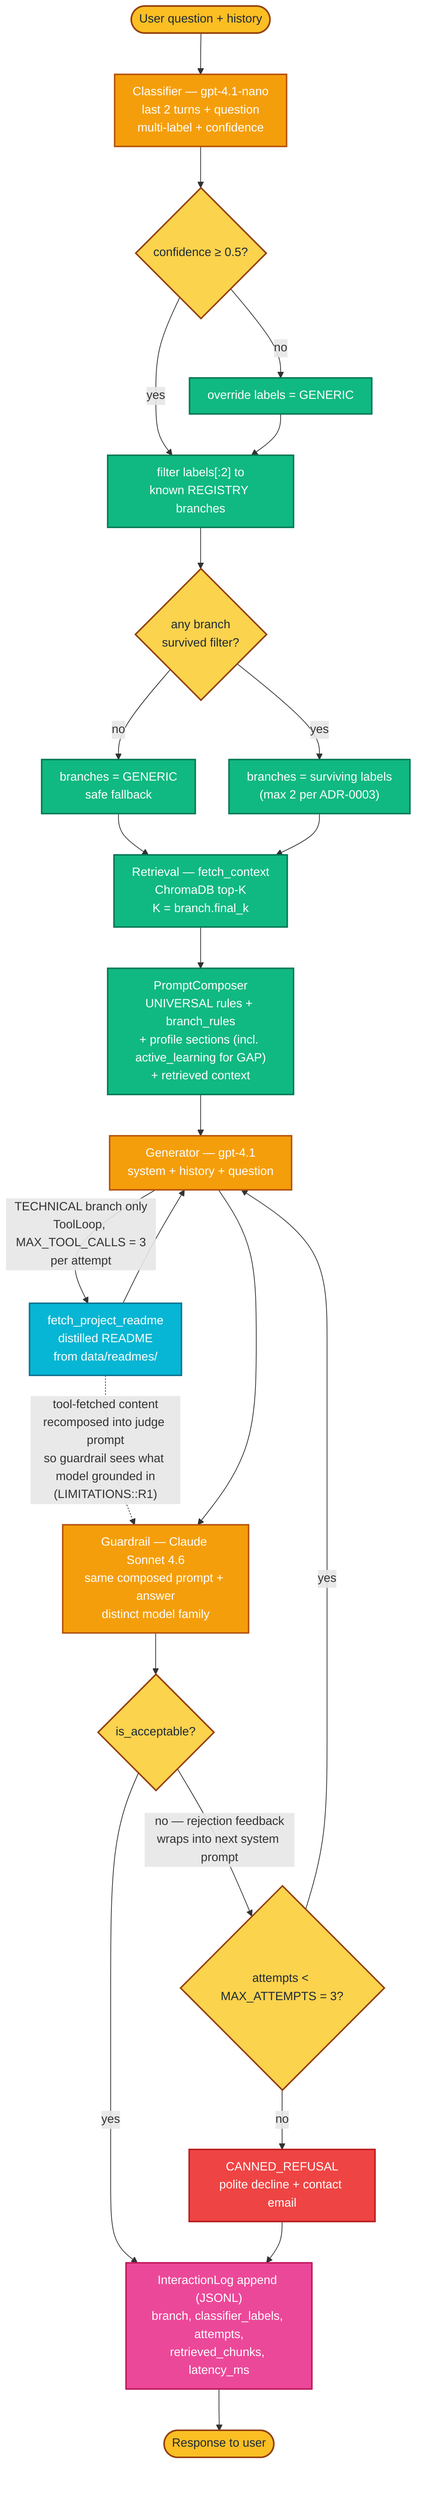
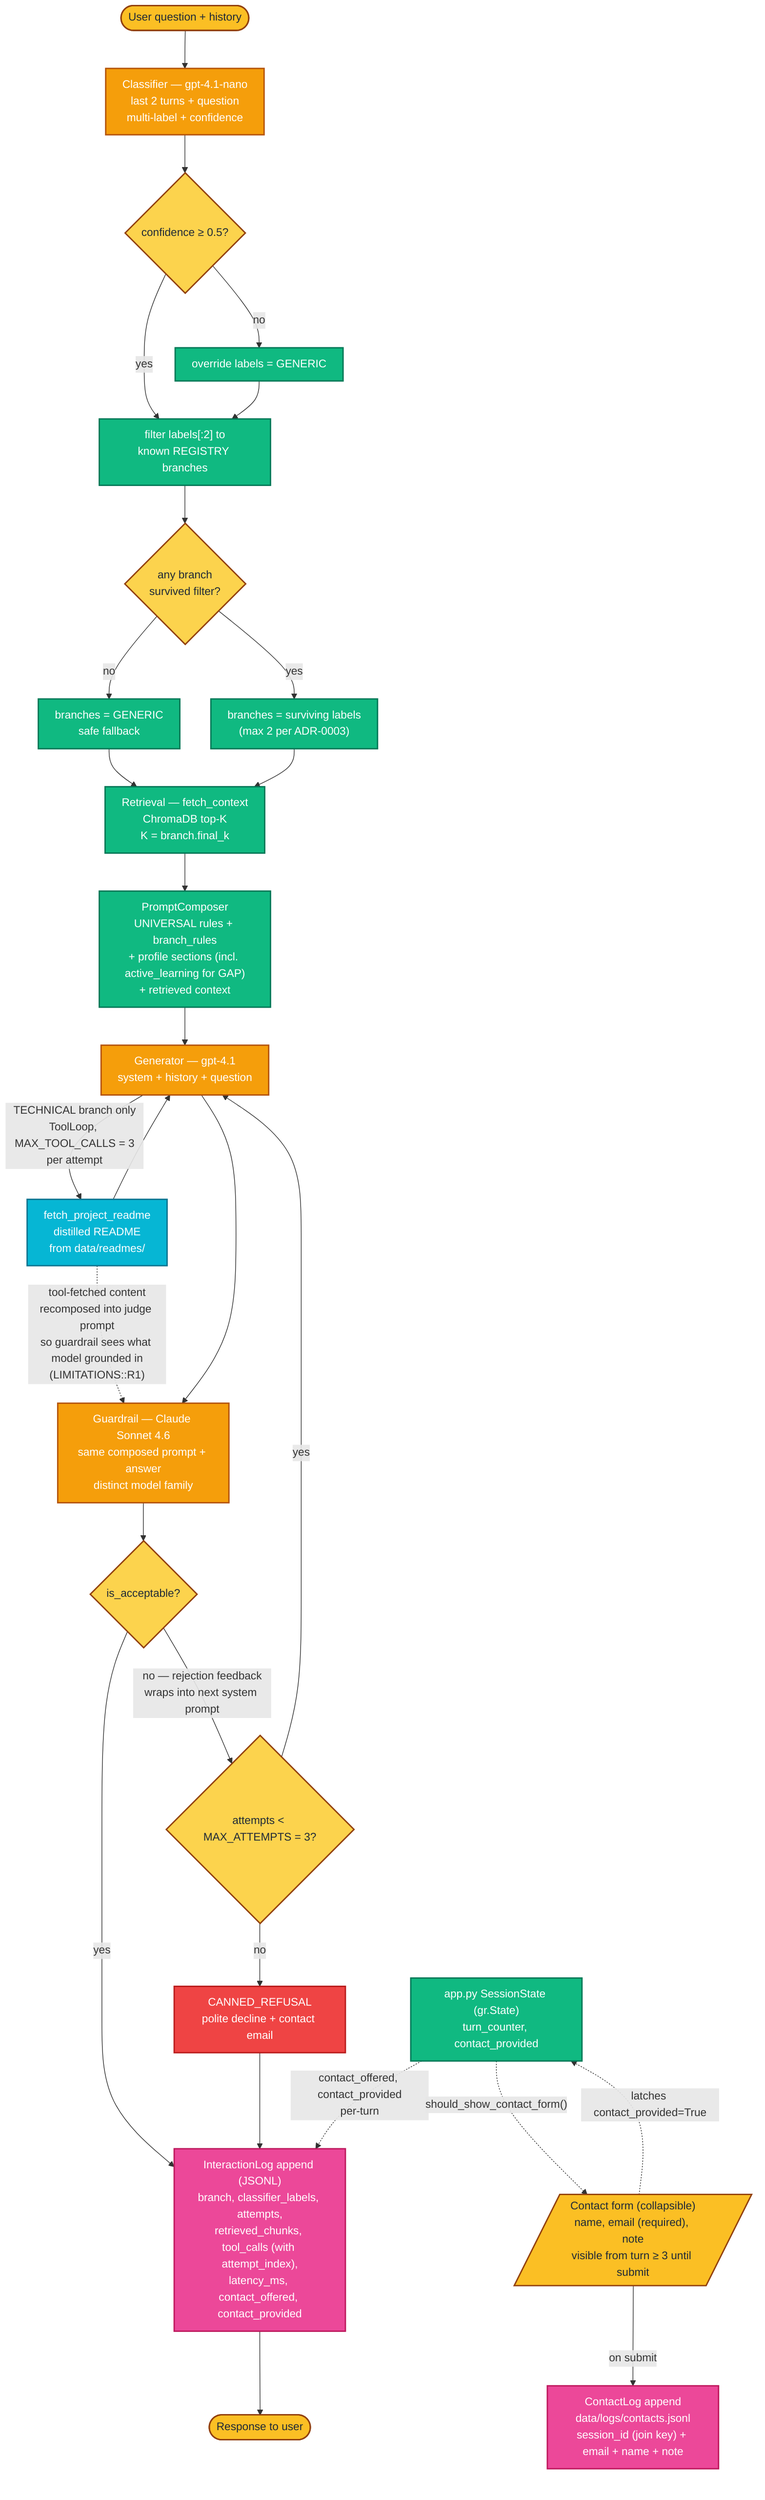
%%{init: {'flowchart': {'nodeSpacing': 45, 'rankSpacing': 55, 'curve': 'basis', 'padding': 12}}}%%
%% Hand-editable runtime pipeline diagram for the Digital Twin.
%% Edit this file whenever pipeline behaviour changes — new branch, new tool,
%% new decision point, retry policy change, new log field. After editing run:
%%   uv run python src/system_map.py
%% to regenerate docs/MAP.md and docs/MAP.html (both this diagram and the
%% auto-generated module graph).
%% Colour conventions: orange = LLM call, green = pure transform,
%% yellow = decision, pink = side effect, red = canned refusal,
%% cyan = model-callable tool (TECHNICAL branch),
%% dashed grey = future / not yet wired.
flowchart TD
  classDef io fill:#fbbf24,stroke:#92400e,color:#1f2937,stroke-width:2px
  classDef llm fill:#f59e0b,stroke:#b45309,color:#ffffff,stroke-width:2px
  classDef decision fill:#fcd34d,stroke:#92400e,color:#1f2937,stroke-width:2px
  classDef pure fill:#10b981,stroke:#047857,color:#ffffff,stroke-width:2px
  classDef sideEffect fill:#ec4899,stroke:#be185d,color:#ffffff,stroke-width:2px
  classDef refusal fill:#ef4444,stroke:#b91c1c,color:#ffffff,stroke-width:2px
  classDef tool fill:#06b6d4,stroke:#0e7490,color:#ffffff,stroke-width:2px
  classDef future fill:#cbd5e1,stroke:#64748b,color:#1f2937,stroke-width:2px,stroke-dasharray:5 4

  USER([User question + history]):::io
  USER --> CLASSIFY["Classifier — gpt-4.1-nano<br/>last 2 turns + question<br/>multi-label + confidence"]:::llm
  CLASSIFY --> CONF{"confidence &ge; 0.5?"}:::decision
  CONF -->|no| GENFALL["override labels = GENERIC"]:::pure
  CONF -->|yes| FILTER["filter labels[:2] to<br/>known REGISTRY branches"]:::pure
  GENFALL --> FILTER
  FILTER --> EMPTY{"any branch<br/>survived filter?"}:::decision
  EMPTY -->|no| GENFALL2["branches = GENERIC<br/>safe fallback"]:::pure
  EMPTY -->|yes| ROUTE["branches = surviving labels<br/>(max 2 per ADR-0003)"]:::pure
  GENFALL2 --> RETR
  ROUTE --> RETR["Retrieval — fetch_context<br/>ChromaDB top-K<br/>K = branch.final_k"]:::pure
  RETR --> COMP["PromptComposer<br/>UNIVERSAL rules + branch_rules<br/>+ profile sections (incl. active_learning for GAP)<br/>+ retrieved context"]:::pure
  COMP --> GEN["Generator — gpt-4.1<br/>system + history + question"]:::llm
  GEN -->|"TECHNICAL branch only<br/>ToolLoop, MAX_TOOL_CALLS = 3<br/>per attempt"| TOOL["fetch_project_readme<br/>distilled README<br/>from data/readmes/"]:::tool
  TOOL --> GEN
  TOOL -.->|"tool-fetched content<br/>recomposed into judge prompt<br/>so guardrail sees what model grounded in<br/>(LIMITATIONS::R1)"| JUDGE
  GEN --> JUDGE["Guardrail — Claude Sonnet 4.6<br/>same composed prompt + answer<br/>distinct model family"]:::llm
  JUDGE --> ACCEPT{"is_acceptable?"}:::decision
-   ACCEPT -->|yes| LOG["InteractionLog append (JSONL)<br/>branch, classifier_labels, attempts,<br/>retrieved_chunks, latency_ms"]:::sideEffect
+   ACCEPT -->|yes| LOG["InteractionLog append (JSONL)<br/>branch, classifier_labels, attempts,<br/>retrieved_chunks, tool_calls (with attempt_index),<br/>latency_ms, contact_offered, contact_provided"]:::sideEffect
  ACCEPT -->|"no — rejection feedback<br/>wraps into next system prompt"| RETRY{"attempts &lt; MAX_ATTEMPTS = 3?"}:::decision
  RETRY -->|yes| GEN
  RETRY -->|no| REFUSE["CANNED_REFUSAL<br/>polite decline + contact email"]:::refusal
  REFUSE --> LOG
  LOG --> RESP([Response to user]):::io
+ 
+   %% Contact-flow side-channel (#16) — runs in app.py outside the per-turn pipeline.
+   %% SessionState (in gr.State) drives a collapsible form that appears at turn 3
+   %% and writes to a separate file joinable to interactions.jsonl on session_id.
+   STATE["app.py SessionState (gr.State)<br/>turn_counter, contact_provided"]:::pure
+   STATE -.->|"contact_offered, contact_provided<br/>per-turn"| LOG
+   FORM[/"Contact form (collapsible)<br/>name, email (required), note<br/>visible from turn ≥ 3 until submit"/]:::io
+   STATE -.->|"should_show_contact_form()"| FORM
+   FORM -->|"on submit"| CONTACTS["ContactLog append<br/>data/logs/contacts.jsonl<br/>session_id (join key) + email + name + note"]:::sideEffect
+   FORM -.->|"latches contact_provided=True"| STATE
